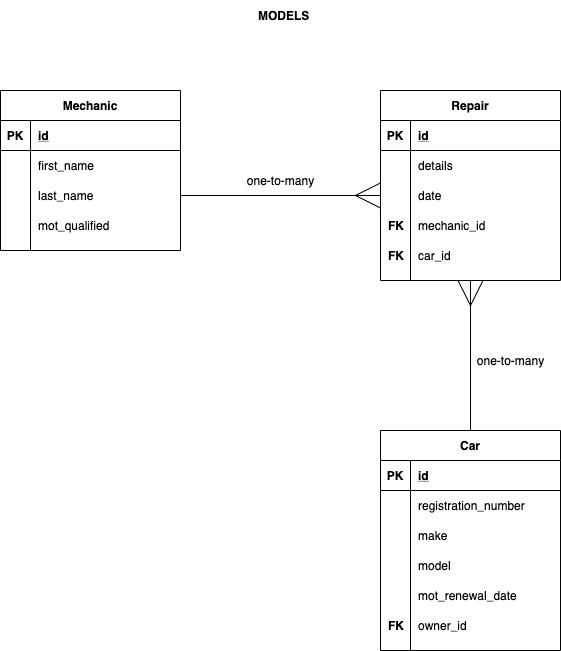
Before: documentation/garage_management_three_class.png, a diagram exported from draw.io (nahmed99/wk_5_solo_project). Source tidied: cells renumbered, new cells last; positions are measured from the earlier drawing's top-left corner, leaving out a move shared by most shapes. Its diagram source:
```xml
<mxGraphModel>
  <root>
    <mxCell id="0" />
    <mxCell id="1" parent="0" />
    <mxCell id="2" value="Repair" style="shape=table;startSize=30;rowLines=0;fontStyle=1;align=center;" parent="1" vertex="1">
      <mxGeometry x="380" y="90" width="180" height="190" as="geometry" />
    </mxCell>
    <mxCell id="3" style="shape=partialRectangle;fillColor=none;top=0;left=0;bottom=1;right=0;" parent="2" vertex="1">
      <mxGeometry y="30" width="180" height="30" as="geometry" />
    </mxCell>
    <mxCell id="4" value="PK" style="shape=partialRectangle;fillColor=none;top=0;left=0;bottom=0;right=0;fontStyle=1;overflow=hidden;" parent="3" vertex="1">
      <mxGeometry width="30" height="30" as="geometry" />
    </mxCell>
    <mxCell id="5" value="id" style="shape=partialRectangle;fillColor=none;top=0;left=0;bottom=0;right=0;align=left;spacingLeft=6;fontStyle=5;overflow=hidden;" parent="3" vertex="1">
      <mxGeometry x="30" width="150" height="30" as="geometry" />
    </mxCell>
    <mxCell id="6" style="shape=partialRectangle;fillColor=none;top=0;left=0;bottom=0;right=0;" parent="2" vertex="1">
      <mxGeometry y="60" width="180" height="30" as="geometry" />
    </mxCell>
    <mxCell id="7" style="shape=partialRectangle;fillColor=none;top=0;left=0;bottom=0;right=0;overflow=hidden;" parent="6" vertex="1">
      <mxGeometry width="30" height="30" as="geometry" />
    </mxCell>
    <mxCell id="8" value="details" style="shape=partialRectangle;fillColor=none;top=0;left=0;bottom=0;right=0;align=left;spacingLeft=6;overflow=hidden;" parent="6" vertex="1">
      <mxGeometry x="30" width="150" height="30" as="geometry" />
    </mxCell>
    <mxCell id="9" style="shape=partialRectangle;fillColor=none;top=0;left=0;bottom=0;right=0;points=[[0,0.5],[1,0.5]];portConstraint=eastwest;" parent="2" vertex="1">
      <mxGeometry y="90" width="180" height="30" as="geometry" />
    </mxCell>
    <mxCell id="10" style="shape=partialRectangle;fillColor=none;top=0;left=0;bottom=0;right=0;overflow=hidden;" parent="9" vertex="1">
      <mxGeometry width="30" height="30" as="geometry" />
    </mxCell>
    <mxCell id="11" style="shape=partialRectangle;fillColor=none;top=0;left=0;bottom=0;right=0;align=left;spacingLeft=6;overflow=hidden;" parent="9" vertex="1">
      <mxGeometry x="30" width="150" height="30" as="geometry" />
    </mxCell>
    <mxCell id="12" style="shape=partialRectangle;fillColor=none;top=0;left=0;bottom=0;right=0;" parent="2" vertex="1">
      <mxGeometry y="120" width="180" height="30" as="geometry" />
    </mxCell>
    <mxCell id="13" style="shape=partialRectangle;fillColor=none;top=0;left=0;bottom=0;right=0;overflow=hidden;" parent="12" vertex="1">
      <mxGeometry width="30" height="30" as="geometry" />
    </mxCell>
    <mxCell id="14" style="shape=partialRectangle;fillColor=none;top=0;left=0;bottom=0;right=0;align=left;spacingLeft=6;overflow=hidden;" parent="12" vertex="1">
      <mxGeometry x="30" width="150" height="30" as="geometry" />
    </mxCell>
    <mxCell id="15" value="Mechanic" style="shape=table;startSize=30;rowLines=0;fontStyle=1;align=center;" parent="1" vertex="1">
      <mxGeometry y="90" width="180" height="160" as="geometry" />
    </mxCell>
    <mxCell id="16" style="shape=partialRectangle;fillColor=none;top=0;left=0;bottom=1;right=0;" parent="15" vertex="1">
      <mxGeometry y="30" width="180" height="30" as="geometry" />
    </mxCell>
    <mxCell id="17" value="PK" style="shape=partialRectangle;fillColor=none;top=0;left=0;bottom=0;right=0;fontStyle=1;overflow=hidden;" parent="16" vertex="1">
      <mxGeometry width="30" height="30" as="geometry" />
    </mxCell>
    <mxCell id="18" value="id" style="shape=partialRectangle;fillColor=none;top=0;left=0;bottom=0;right=0;align=left;spacingLeft=6;fontStyle=5;overflow=hidden;" parent="16" vertex="1">
      <mxGeometry x="30" width="150" height="30" as="geometry" />
    </mxCell>
    <mxCell id="19" style="shape=partialRectangle;fillColor=none;top=0;left=0;bottom=0;right=0;" parent="15" vertex="1">
      <mxGeometry y="60" width="180" height="30" as="geometry" />
    </mxCell>
    <mxCell id="20" style="shape=partialRectangle;fillColor=none;top=0;left=0;bottom=0;right=0;overflow=hidden;" parent="19" vertex="1">
      <mxGeometry width="30" height="30" as="geometry" />
    </mxCell>
    <mxCell id="21" value="first_name" style="shape=partialRectangle;fillColor=none;top=0;left=0;bottom=0;right=0;align=left;spacingLeft=6;overflow=hidden;" parent="19" vertex="1">
      <mxGeometry x="30" width="150" height="30" as="geometry" />
    </mxCell>
    <mxCell id="22" style="shape=partialRectangle;fillColor=none;top=0;left=0;bottom=0;right=0;points=[[0,0.5],[1,0.5]];portConstraint=eastwest;" parent="15" vertex="1">
      <mxGeometry y="90" width="180" height="30" as="geometry" />
    </mxCell>
    <mxCell id="23" style="shape=partialRectangle;fillColor=none;top=0;left=0;bottom=0;right=0;overflow=hidden;" parent="22" vertex="1">
      <mxGeometry width="30" height="30" as="geometry" />
    </mxCell>
    <mxCell id="24" value="last_name" style="shape=partialRectangle;fillColor=none;top=0;left=0;bottom=0;right=0;align=left;spacingLeft=6;overflow=hidden;" parent="22" vertex="1">
      <mxGeometry x="30" width="150" height="30" as="geometry" />
    </mxCell>
    <mxCell id="25" style="shape=partialRectangle;fillColor=none;top=0;left=0;bottom=0;right=0;" parent="15" vertex="1">
      <mxGeometry y="120" width="180" height="30" as="geometry" />
    </mxCell>
    <mxCell id="26" style="shape=partialRectangle;fillColor=none;top=0;left=0;bottom=0;right=0;overflow=hidden;" parent="25" vertex="1">
      <mxGeometry width="30" height="30" as="geometry" />
    </mxCell>
    <mxCell id="27" value="mot_qualified" style="shape=partialRectangle;fillColor=none;top=0;left=0;bottom=0;right=0;align=left;spacingLeft=6;overflow=hidden;" parent="25" vertex="1">
      <mxGeometry x="30" width="150" height="30" as="geometry" />
    </mxCell>
    <mxCell id="28" style="edgeStyle=orthogonalEdgeStyle;rounded=0;jettySize=auto;html=1;entryX=0;entryY=0.5;entryDx=0;entryDy=0;endArrow=ERmany;endFill=0;strokeWidth=1;startSize=6;endSize=23;" parent="1" edge="1" source="22" target="9">
      <mxGeometry relative="1" as="geometry" />
    </mxCell>
    <mxCell id="29" value="one-to-many&lt;br&gt;" style="text;html=1;align=center;verticalAlign=middle;" parent="1" vertex="1">
      <mxGeometry x="240" y="170" width="80" height="20" as="geometry" />
    </mxCell>
    <mxCell id="30" value="mechanic_id" style="shape=partialRectangle;fillColor=none;top=0;left=0;bottom=0;right=0;align=left;spacingLeft=6;overflow=hidden;" parent="1" vertex="1">
      <mxGeometry x="410" y="210" width="150" height="30" as="geometry" />
    </mxCell>
    <mxCell id="31" value="FK" style="shape=partialRectangle;fillColor=none;top=0;left=0;bottom=0;right=0;align=left;spacingLeft=6;overflow=hidden;fontStyle=1;" parent="1" vertex="1">
      <mxGeometry x="380" y="210" width="30" height="30" as="geometry" />
    </mxCell>
    <mxCell id="32" value="MODELS" style="shape=partialRectangle;fillColor=none;top=0;left=0;bottom=0;right=0;align=left;spacingLeft=6;overflow=hidden;fontStyle=1;" parent="1" vertex="1">
      <mxGeometry x="250" width="80" height="30" as="geometry" />
    </mxCell>
    <mxCell id="33" value="Car" style="shape=table;startSize=30;rowLines=0;fontStyle=1;align=center;" parent="1" vertex="1">
      <mxGeometry x="380" y="430" width="180" height="220" as="geometry" />
    </mxCell>
    <mxCell id="34" style="shape=partialRectangle;fillColor=none;top=0;left=0;bottom=1;right=0;" parent="33" vertex="1">
      <mxGeometry y="30" width="180" height="30" as="geometry" />
    </mxCell>
    <mxCell id="35" value="PK" style="shape=partialRectangle;fillColor=none;top=0;left=0;bottom=0;right=0;fontStyle=1;overflow=hidden;" parent="34" vertex="1">
      <mxGeometry width="30" height="30" as="geometry" />
    </mxCell>
    <mxCell id="36" value="id" style="shape=partialRectangle;fillColor=none;top=0;left=0;bottom=0;right=0;align=left;spacingLeft=6;fontStyle=5;overflow=hidden;" parent="34" vertex="1">
      <mxGeometry x="30" width="150" height="30" as="geometry" />
    </mxCell>
    <mxCell id="37" style="shape=partialRectangle;fillColor=none;top=0;left=0;bottom=0;right=0;" parent="33" vertex="1">
      <mxGeometry y="60" width="180" height="30" as="geometry" />
    </mxCell>
    <mxCell id="38" style="shape=partialRectangle;fillColor=none;top=0;left=0;bottom=0;right=0;overflow=hidden;" parent="37" vertex="1">
      <mxGeometry width="30" height="30" as="geometry" />
    </mxCell>
    <mxCell id="39" value="registration_number" style="shape=partialRectangle;fillColor=none;top=0;left=0;bottom=0;right=0;align=left;spacingLeft=6;overflow=hidden;" parent="37" vertex="1">
      <mxGeometry x="30" width="150" height="30" as="geometry" />
    </mxCell>
    <mxCell id="40" style="shape=partialRectangle;fillColor=none;top=0;left=0;bottom=0;right=0;" parent="33" vertex="1">
      <mxGeometry y="90" width="180" height="30" as="geometry" />
    </mxCell>
    <mxCell id="41" style="shape=partialRectangle;fillColor=none;top=0;left=0;bottom=0;right=0;overflow=hidden;" parent="40" vertex="1">
      <mxGeometry width="30" height="30" as="geometry" />
    </mxCell>
    <mxCell id="42" value="make" style="shape=partialRectangle;fillColor=none;top=0;left=0;bottom=0;right=0;align=left;spacingLeft=6;overflow=hidden;" parent="40" vertex="1">
      <mxGeometry x="30" width="150" height="30" as="geometry" />
    </mxCell>
    <mxCell id="43" style="shape=partialRectangle;fillColor=none;top=0;left=0;bottom=0;right=0;" parent="33" vertex="1">
      <mxGeometry y="120" width="180" height="30" as="geometry" />
    </mxCell>
    <mxCell id="44" style="shape=partialRectangle;fillColor=none;top=0;left=0;bottom=0;right=0;overflow=hidden;" parent="43" vertex="1">
      <mxGeometry width="30" height="30" as="geometry" />
    </mxCell>
    <mxCell id="45" value="model" style="shape=partialRectangle;fillColor=none;top=0;left=0;bottom=0;right=0;align=left;spacingLeft=6;overflow=hidden;" parent="43" vertex="1">
      <mxGeometry x="30" width="150" height="30" as="geometry" />
    </mxCell>
    <mxCell id="46" value="mot_renewal_date" style="shape=partialRectangle;fillColor=none;top=0;left=0;bottom=0;right=0;align=left;spacingLeft=6;overflow=hidden;" parent="1" vertex="1">
      <mxGeometry x="410" y="580" width="150" height="30" as="geometry" />
    </mxCell>
    <mxCell id="47" value="owner_id" style="shape=partialRectangle;fillColor=none;top=0;left=0;bottom=0;right=0;align=left;spacingLeft=6;overflow=hidden;" parent="1" vertex="1">
      <mxGeometry x="410" y="610" width="150" height="30" as="geometry" />
    </mxCell>
    <mxCell id="48" value="FK" style="shape=partialRectangle;fillColor=none;top=0;left=0;bottom=0;right=0;align=left;spacingLeft=6;overflow=hidden;fontStyle=1;" parent="1" vertex="1">
      <mxGeometry x="380" y="610" width="30" height="30" as="geometry" />
    </mxCell>
    <mxCell id="49" value="FK" style="shape=partialRectangle;fillColor=none;top=0;left=0;bottom=0;right=0;align=left;spacingLeft=6;overflow=hidden;fontStyle=1;" parent="1" vertex="1">
      <mxGeometry x="380" y="240" width="30" height="30" as="geometry" />
    </mxCell>
    <mxCell id="50" value="car_id" style="shape=partialRectangle;fillColor=none;top=0;left=0;bottom=0;right=0;align=left;spacingLeft=6;overflow=hidden;" parent="1" vertex="1">
      <mxGeometry x="410" y="240" width="150" height="30" as="geometry" />
    </mxCell>
    <mxCell id="51" style="edgeStyle=orthogonalEdgeStyle;rounded=0;jettySize=auto;html=1;entryX=0.5;entryY=1;entryDx=0;entryDy=0;endArrow=ERmany;endFill=0;strokeWidth=1;startSize=6;endSize=23;exitX=0.5;exitY=0;exitDx=0;exitDy=0;" parent="1" edge="1" source="33" target="2">
      <mxGeometry relative="1" as="geometry" />
    </mxCell>
    <mxCell id="52" value="one-to-many&lt;br&gt;" style="text;html=1;align=center;verticalAlign=middle;" parent="1" vertex="1">
      <mxGeometry x="470" y="350" width="80" height="20" as="geometry" />
    </mxCell>
    <mxCell id="53" value="date" style="shape=partialRectangle;fillColor=none;top=0;left=0;bottom=0;right=0;align=left;spacingLeft=6;overflow=hidden;" parent="1" vertex="1">
      <mxGeometry x="410" y="180" width="150" height="30" as="geometry" />
    </mxCell>
  </root>
</mxGraphModel>
```
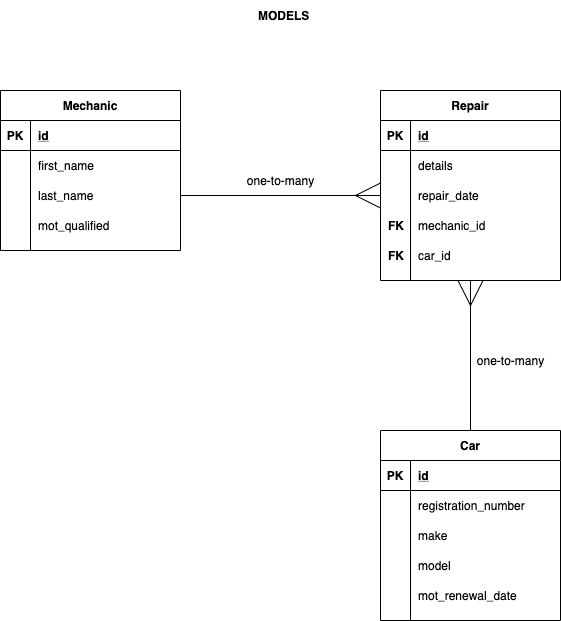
The same diagram one commit later.

Commit message:
coded garage_management.sql and minor changes to three-class diagram

Diff of the diagram source:
```diff
@@ -96,7 +96,7 @@
       <mxGeometry x="250" width="80" height="30" as="geometry" />
     </mxCell>
     <mxCell id="33" value="Car" style="shape=table;startSize=30;rowLines=0;fontStyle=1;align=center;" parent="1" vertex="1">
-      <mxGeometry x="380" y="430" width="180" height="220" as="geometry" />
+      <mxGeometry x="380" y="430" width="180" height="190" as="geometry" />
     </mxCell>
     <mxCell id="34" style="shape=partialRectangle;fillColor=none;top=0;left=0;bottom=1;right=0;" parent="33" vertex="1">
       <mxGeometry y="30" width="180" height="30" as="geometry" />
@@ -137,12 +137,6 @@
     <mxCell id="46" value="mot_renewal_date" style="shape=partialRectangle;fillColor=none;top=0;left=0;bottom=0;right=0;align=left;spacingLeft=6;overflow=hidden;" parent="1" vertex="1">
       <mxGeometry x="410" y="580" width="150" height="30" as="geometry" />
     </mxCell>
-    <mxCell id="47" value="owner_id" style="shape=partialRectangle;fillColor=none;top=0;left=0;bottom=0;right=0;align=left;spacingLeft=6;overflow=hidden;" parent="1" vertex="1">
-      <mxGeometry x="410" y="610" width="150" height="30" as="geometry" />
-    </mxCell>
-    <mxCell id="48" value="FK" style="shape=partialRectangle;fillColor=none;top=0;left=0;bottom=0;right=0;align=left;spacingLeft=6;overflow=hidden;fontStyle=1;" parent="1" vertex="1">
-      <mxGeometry x="380" y="610" width="30" height="30" as="geometry" />
-    </mxCell>
     <mxCell id="49" value="FK" style="shape=partialRectangle;fillColor=none;top=0;left=0;bottom=0;right=0;align=left;spacingLeft=6;overflow=hidden;fontStyle=1;" parent="1" vertex="1">
       <mxGeometry x="380" y="240" width="30" height="30" as="geometry" />
     </mxCell>
@@ -155,7 +149,7 @@
     <mxCell id="52" value="one-to-many&lt;br&gt;" style="text;html=1;align=center;verticalAlign=middle;" parent="1" vertex="1">
       <mxGeometry x="470" y="350" width="80" height="20" as="geometry" />
     </mxCell>
-    <mxCell id="53" value="date" style="shape=partialRectangle;fillColor=none;top=0;left=0;bottom=0;right=0;align=left;spacingLeft=6;overflow=hidden;" parent="1" vertex="1">
+    <mxCell id="53" value="repair_date" style="shape=partialRectangle;fillColor=none;top=0;left=0;bottom=0;right=0;align=left;spacingLeft=6;overflow=hidden;" parent="1" vertex="1">
       <mxGeometry x="410" y="180" width="150" height="30" as="geometry" />
     </mxCell>
   </root>
```
